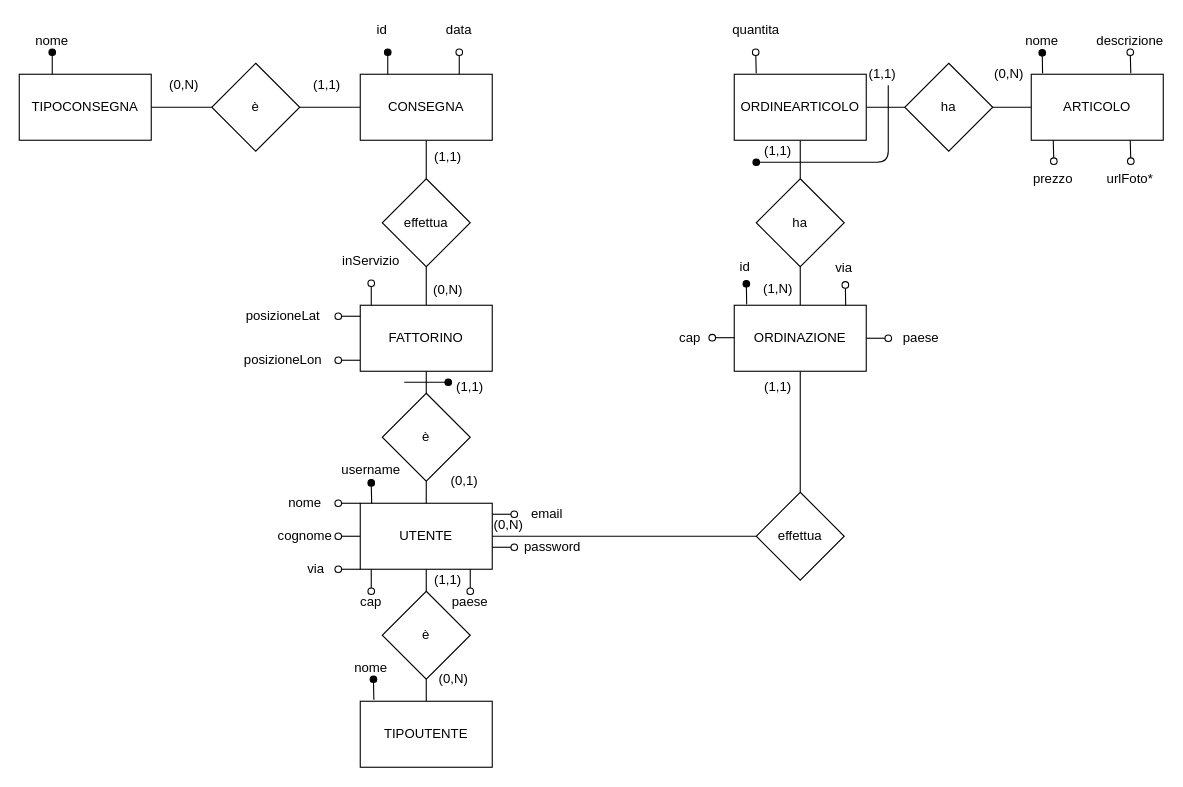
Before: media/DB/ER_DB_PizzaDelivery.drawio in JariNaeser/PizzaDelivery, a draw.io diagram. Source tidied: cells renumbered, new cells numbered last; positions are measured from the earlier drawing's top-left corner, leaving out a move shared by most shapes. Both pictures are drawn from the tidied source at 110%, with x=0, y=0 at pixel (19, 19).
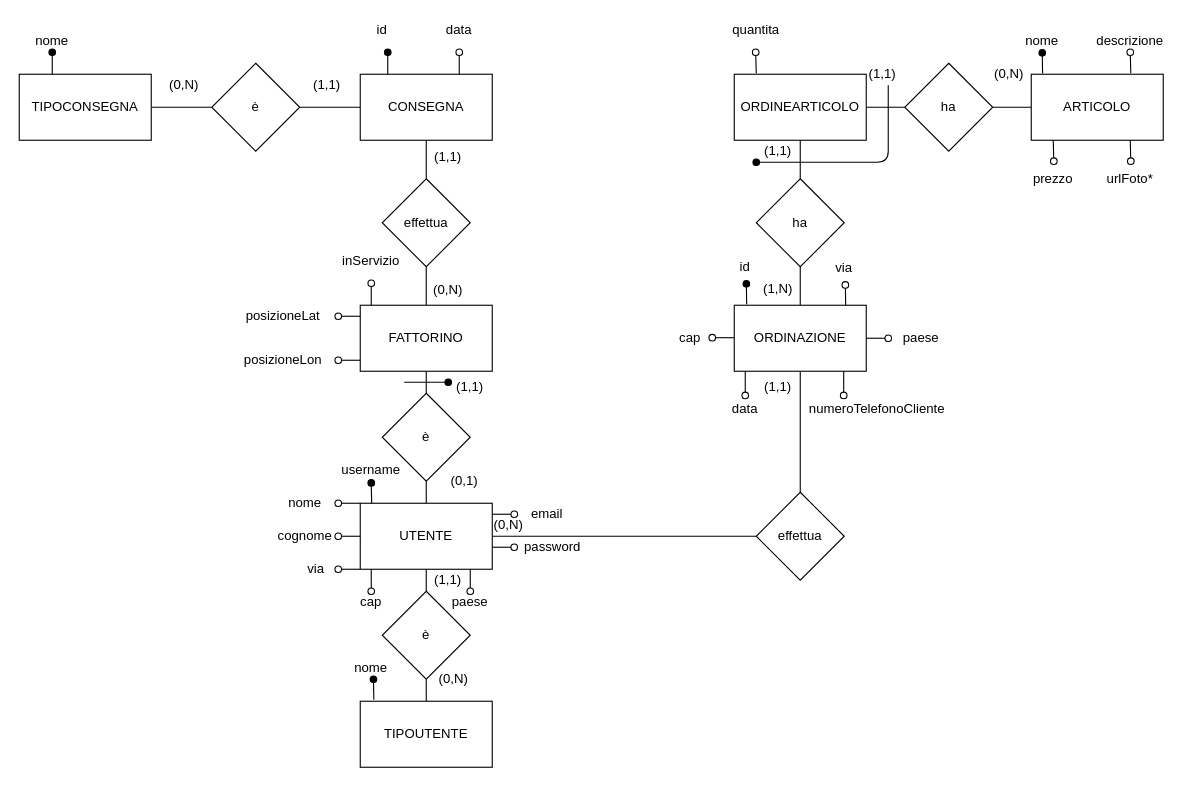
The same diagram, later.

The edit, as a diff of the source:
```diff
@@
+    <mxCell id="95" style="endArrow=none;html=1;startArrow=oval;startFill=0;" parent="1" edge="1">
+      <mxGeometry relative="1" as="geometry">
+        <mxPoint x="749.5" y="342" as="sourcePoint" />
+        <mxPoint x="749.5" y="320" as="targetPoint" />
+      </mxGeometry>
+    </mxCell>
+    <mxCell id="96" value="numeroTelefonoCliente" style="text;html=1;strokeColor=none;fillColor=none;align=center;verticalAlign=middle;whiteSpace=wrap;rounded=0;" parent="1" vertex="1">
+      <mxGeometry x="760" y="343.5" width="40" height="20" as="geometry" />
+    </mxCell>
+    <mxCell id="97" style="endArrow=none;html=1;startArrow=oval;startFill=0;" parent="1" edge="1">
+      <mxGeometry relative="1" as="geometry">
+        <mxPoint x="660" y="342" as="sourcePoint" />
+        <mxPoint x="660" y="320" as="targetPoint" />
+      </mxGeometry>
+    </mxCell>
+    <mxCell id="98" value="data" style="text;html=1;strokeColor=none;fillColor=none;align=center;verticalAlign=middle;whiteSpace=wrap;rounded=0;" parent="1" vertex="1">
+      <mxGeometry x="640" y="343.5" width="40" height="20" as="geometry" />
+    </mxCell>
```
